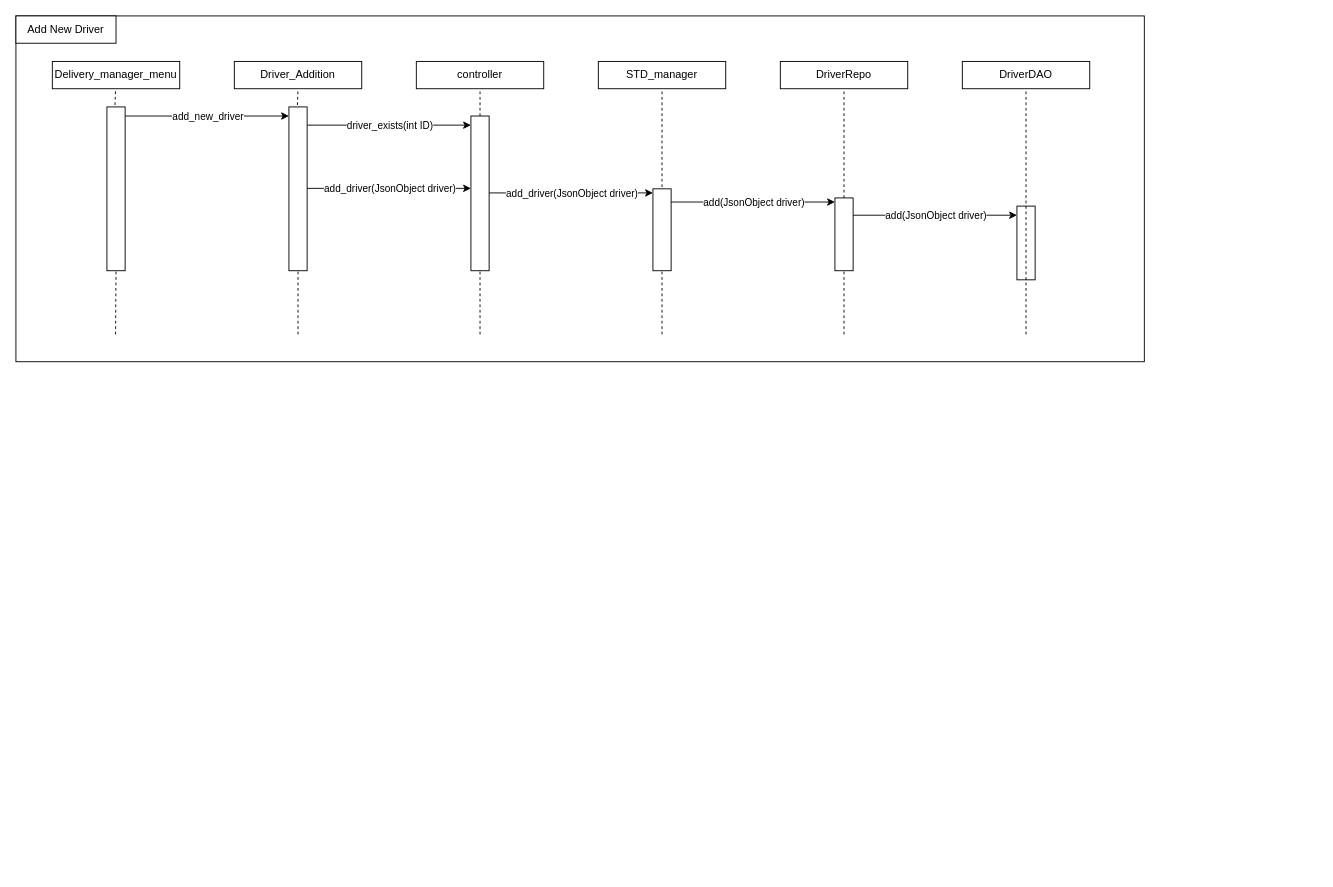
The draw.io diagram docs/use_case_1_Sequence_Diagrams.drawio in NatallieMirelashvili/ADSS_Group_E, before the edit. Source tidied: cells renumbered, new cells numbered last; positions are measured from the earlier drawing's top-left corner, leaving out a move shared by most shapes. Both pictures are drawn from the tidied source at 91%, with x=0, y=0 at pixel (15, 15).
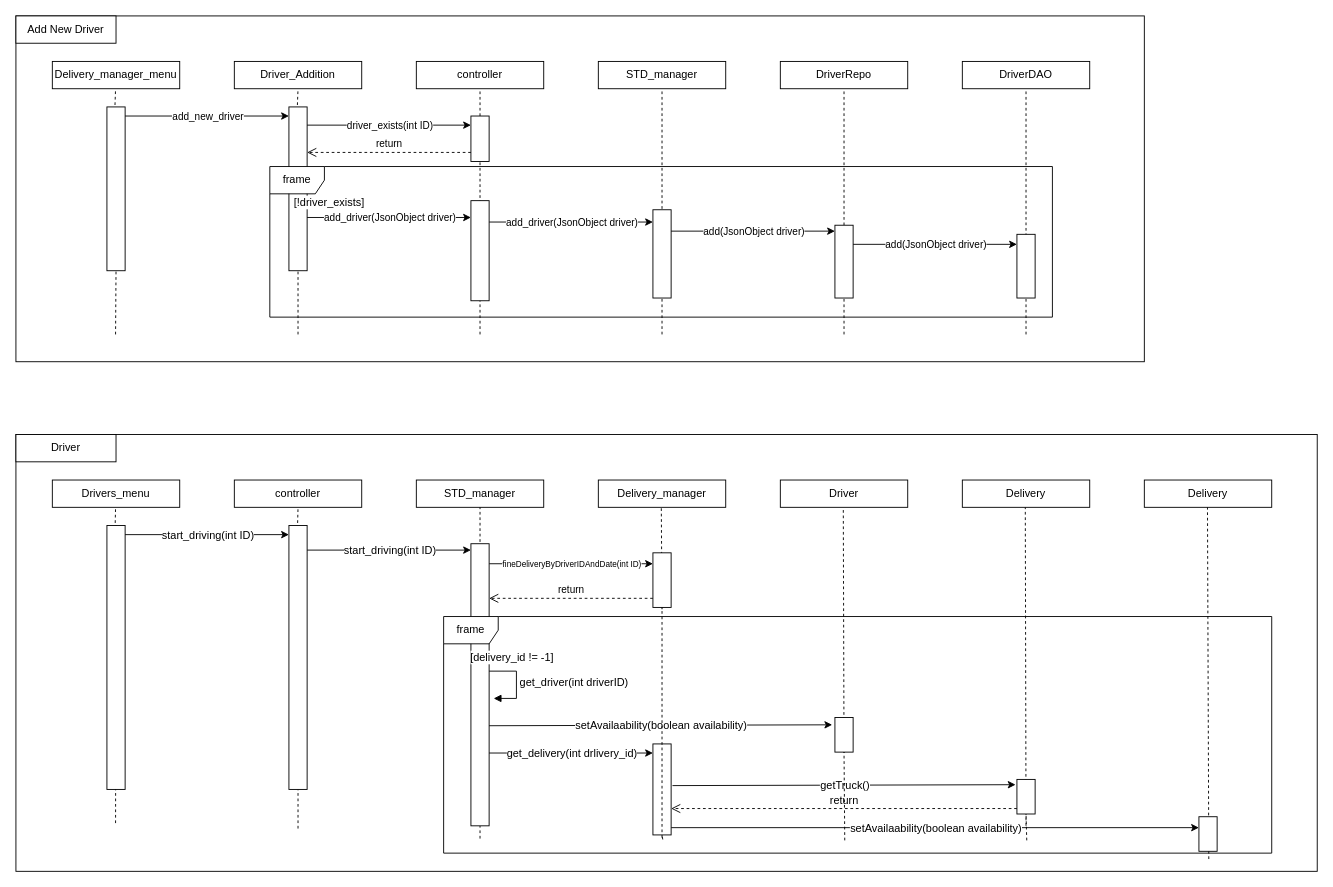
Above is the later version.

The edit, as a diff of the source:
```diff
@@
     <mxCell id="18" style="rounded=0;whiteSpace=wrap;html=1;" parent="1" vertex="1">
-      <mxGeometry x="500" y="110" width="20" height="170" as="geometry" />
+      <mxGeometry x="500" y="110" width="20" height="50" as="geometry" />
     </mxCell>
@@
     <mxCell id="21" style="endArrow=classic;html=1;rounded=0;entryX=0;entryY=0.25;entryDx=0;entryDy=0;exitX=1;exitY=0.25;exitDx=0;exitDy=0;" parent="1" edge="1">
       <mxGeometry relative="1" as="geometry">
-        <mxPoint x="320" y="189.5" as="sourcePoint" />
-        <mxPoint x="500" y="189.5" as="targetPoint" />
+        <mxPoint x="320" y="221.5" as="sourcePoint" />
+        <mxPoint x="500" y="221.5" as="targetPoint" />
       </mxGeometry>
     </mxCell>
@@
     <mxCell id="23" style="rounded=0;whiteSpace=wrap;html=1;" parent="1" vertex="1">
-      <mxGeometry x="700" y="190" width="20" height="90" as="geometry" />
+      <mxGeometry x="700" y="213" width="20" height="97" as="geometry" />
     </mxCell>
     <mxCell id="24" style="endArrow=classic;html=1;rounded=0;entryX=0;entryY=0.25;entryDx=0;entryDy=0;exitX=1;exitY=0.25;exitDx=0;exitDy=0;" parent="1" edge="1">
       <mxGeometry relative="1" as="geometry">
-        <mxPoint x="520" y="194.5" as="sourcePoint" />
-        <mxPoint x="700" y="194.5" as="targetPoint" />
+        <mxPoint x="520" y="226.5" as="sourcePoint" />
+        <mxPoint x="700" y="226.5" as="targetPoint" />
       </mxGeometry>
     </mxCell>
@@
     <mxCell id="28" style="rounded=0;whiteSpace=wrap;html=1;" parent="1" vertex="1">
-      <mxGeometry x="900" y="200" width="20" height="80" as="geometry" />
+      <mxGeometry x="900" y="230" width="20" height="80" as="geometry" />
     </mxCell>
     <mxCell id="29" style="endArrow=classic;html=1;rounded=0;entryX=0;entryY=0.25;entryDx=0;entryDy=0;exitX=1;exitY=0.25;exitDx=0;exitDy=0;" parent="1" edge="1">
       <mxGeometry relative="1" as="geometry">
-        <mxPoint x="720" y="204.5" as="sourcePoint" />
-        <mxPoint x="900" y="204.5" as="targetPoint" />
+        <mxPoint x="720" y="236.5" as="sourcePoint" />
+        <mxPoint x="900" y="236.5" as="targetPoint" />
       </mxGeometry>
     </mxCell>
@@
-    <mxCell id="32" style="rounded=0;whiteSpace=wrap;html=1;" parent="1" vertex="1">
-      <mxGeometry x="1100" y="209" width="20" height="81" as="geometry" />
-    </mxCell>
@@
     <mxCell id="34" style="endArrow=classic;html=1;rounded=0;entryX=0;entryY=0.25;entryDx=0;entryDy=0;exitX=1;exitY=0.25;exitDx=0;exitDy=0;" parent="1" edge="1">
       <mxGeometry relative="1" as="geometry">
-        <mxPoint x="920" y="219" as="sourcePoint" />
-        <mxPoint x="1100" y="219" as="targetPoint" />
+        <mxPoint x="920" y="251" as="sourcePoint" />
+        <mxPoint x="1100" y="251" as="targetPoint" />
       </mxGeometry>
     </mxCell>
@@
+    <mxCell id="36" style="rounded=0;whiteSpace=wrap;html=1;" parent="1" vertex="1">
+      <mxGeometry x="500" y="203" width="20" height="110" as="geometry" />
+    </mxCell>
+    <mxCell id="37" value="return" style="html=1;verticalAlign=bottom;endArrow=open;dashed=1;endSize=8;curved=0;rounded=0;" parent="1" edge="1">
+      <mxGeometry relative="1" as="geometry">
+        <mxPoint x="500" y="150" as="sourcePoint" />
+        <mxPoint x="320" y="150" as="targetPoint" />
+      </mxGeometry>
+    </mxCell>
+    <mxCell id="38" value="frame" style="shape=umlFrame;whiteSpace=wrap;html=1;" parent="1" vertex="1">
+      <mxGeometry x="279" y="165.5" width="860" height="165.5" as="geometry" />
+    </mxCell>
+    <mxCell id="39" value="[!driver_exists]" style="text;html=1;align=center;verticalAlign=middle;strokeColor=none;fillColor=none;labelBackgroundColor=default;" parent="1" vertex="1">
+      <mxGeometry x="294" y="190" width="100" height="30" as="geometry" />
+    </mxCell>
+    <mxCell id="40" style="rounded=0;whiteSpace=wrap;html=1;" parent="1" vertex="1">
+      <mxGeometry x="1100" y="240" width="20" height="70" as="geometry" />
+    </mxCell>
+    <mxCell id="41" style="rounded=0;whiteSpace=wrap;html=1;" parent="1" vertex="1">
+      <mxGeometry y="460" width="1430" height="480" as="geometry" />
+    </mxCell>
+    <mxCell id="42" value="Driver" style="rounded=0;whiteSpace=wrap;html=1;" parent="1" vertex="1">
+      <mxGeometry y="460" width="110" height="30" as="geometry" />
+    </mxCell>
+    <mxCell id="43" value="Drivers_menu" style="rounded=0;whiteSpace=wrap;html=1;" parent="1" vertex="1">
+      <mxGeometry x="40" y="510" width="140" height="30" as="geometry" />
+    </mxCell>
+    <mxCell id="44" value="controller" style="rounded=0;whiteSpace=wrap;html=1;" parent="1" vertex="1">
+      <mxGeometry x="240" y="510" width="140" height="30" as="geometry" />
+    </mxCell>
+    <mxCell id="45" style="endArrow=none;dashed=1;html=1;rounded=0;entryX=0.5;entryY=1;entryDx=0;entryDy=0;exitX=0.141;exitY=0.921;exitDx=0;exitDy=0;exitPerimeter=0;" parent="1" edge="1" source="53" target="44">
+      <mxGeometry relative="1" as="geometry" />
+    </mxCell>
+    <mxCell id="46" value="STD_manager" style="rounded=0;whiteSpace=wrap;html=1;" parent="1" vertex="1">
+      <mxGeometry x="440" y="510" width="140" height="30" as="geometry" />
+    </mxCell>
+    <mxCell id="47" style="endArrow=none;dashed=1;html=1;rounded=0;entryX=0.5;entryY=1;entryDx=0;entryDy=0;" parent="1" edge="1" target="46">
+      <mxGeometry relative="1" as="geometry">
+        <mxPoint x="510" y="740" as="sourcePoint" />
+      </mxGeometry>
+    </mxCell>
+    <mxCell id="48" value="Delivery_manager" style="rounded=0;whiteSpace=wrap;html=1;" parent="1" vertex="1">
+      <mxGeometry x="640" y="510" width="140" height="30" as="geometry" />
+    </mxCell>
+    <mxCell id="49" style="endArrow=none;dashed=1;html=1;rounded=0;entryX=0.5;entryY=1;entryDx=0;entryDy=0;exitX=0.141;exitY=0.921;exitDx=0;exitDy=0;exitPerimeter=0;" parent="1" edge="1" source="51">
+      <mxGeometry relative="1" as="geometry">
+        <mxPoint x="109.5" y="540" as="targetPoint" />
+      </mxGeometry>
+    </mxCell>
+    <mxCell id="50" style="endArrow=none;dashed=1;html=1;rounded=0;exitX=0.141;exitY=0.921;exitDx=0;exitDy=0;exitPerimeter=0;" parent="1" edge="1">
+      <mxGeometry relative="1" as="geometry">
+        <mxPoint x="109.5" y="887" as="sourcePoint" />
+        <mxPoint x="110" y="560" as="targetPoint" />
+      </mxGeometry>
+    </mxCell>
+    <mxCell id="51" style="rounded=0;whiteSpace=wrap;html=1;" parent="1" vertex="1">
+      <mxGeometry x="100" y="560" width="20" height="290" as="geometry" />
+    </mxCell>
+    <mxCell id="52" style="endArrow=none;dashed=1;html=1;rounded=0;exitX=0.141;exitY=0.921;exitDx=0;exitDy=0;exitPerimeter=0;" parent="1" edge="1" target="53">
+      <mxGeometry relative="1" as="geometry">
+        <mxPoint x="310" y="893" as="sourcePoint" />
+      </mxGeometry>
+    </mxCell>
+    <mxCell id="53" style="rounded=0;whiteSpace=wrap;html=1;" parent="1" vertex="1">
+      <mxGeometry x="300" y="560" width="20" height="290" as="geometry" />
+    </mxCell>
+    <mxCell id="54" style="endArrow=classic;html=1;rounded=0;entryX=0;entryY=0.25;entryDx=0;entryDy=0;exitX=1;exitY=0.25;exitDx=0;exitDy=0;" parent="1" edge="1">
+      <mxGeometry relative="1" as="geometry">
+        <mxPoint x="120" y="570" as="sourcePoint" />
+        <mxPoint x="300" y="570" as="targetPoint" />
+      </mxGeometry>
+    </mxCell>
+    <mxCell id="55" value="start_driving(int ID)" style="edgeLabel;html=1;align=center;verticalAlign=middle;fontSize=12;" parent="54" vertex="1">
+      <mxGeometry relative="1" as="geometry" />
+    </mxCell>
+    <mxCell id="56" style="endArrow=classic;html=1;rounded=0;entryX=0;entryY=0.25;entryDx=0;entryDy=0;exitX=1;exitY=0.25;exitDx=0;exitDy=0;fontSize=12;" parent="1" edge="1">
+      <mxGeometry relative="1" as="geometry">
+        <mxPoint x="320" y="587" as="sourcePoint" />
+        <mxPoint x="500" y="587" as="targetPoint" />
+      </mxGeometry>
+    </mxCell>
+    <mxCell id="57" value="start_driving(int ID)" style="edgeLabel;html=1;align=center;verticalAlign=middle;fontSize=12;" parent="56" vertex="1">
+      <mxGeometry relative="1" as="geometry" />
+    </mxCell>
+    <mxCell id="58" value="Driver" style="rounded=0;whiteSpace=wrap;html=1;" parent="1" vertex="1">
+      <mxGeometry x="840" y="510" width="140" height="30" as="geometry" />
+    </mxCell>
+    <mxCell id="59" value="Delivery" style="rounded=0;whiteSpace=wrap;html=1;" parent="1" vertex="1">
+      <mxGeometry x="1040" y="510" width="140" height="30" as="geometry" />
+    </mxCell>
+    <mxCell id="60" style="endArrow=classic;html=1;rounded=0;entryX=0;entryY=0.25;entryDx=0;entryDy=0;exitX=1;exitY=0.25;exitDx=0;exitDy=0;" parent="1" edge="1">
+      <mxGeometry relative="1" as="geometry">
+        <mxPoint x="520" y="602" as="sourcePoint" />
+        <mxPoint x="700" y="602" as="targetPoint" />
+      </mxGeometry>
+    </mxCell>
+    <mxCell id="61" value="fineDeliveryByDriverIDAndDate(int ID)" style="edgeLabel;html=1;align=center;verticalAlign=middle;fontSize=9;" parent="60" vertex="1">
+      <mxGeometry relative="1" as="geometry" />
+    </mxCell>
+    <mxCell id="62" style="endArrow=none;dashed=1;html=1;rounded=0;entryX=0.5;entryY=1;entryDx=0;entryDy=0;" parent="1" edge="1" target="63">
+      <mxGeometry relative="1" as="geometry">
+        <mxPoint x="510" y="904" as="sourcePoint" />
+      </mxGeometry>
+    </mxCell>
+    <mxCell id="63" style="rounded=0;whiteSpace=wrap;html=1;" parent="1" vertex="1">
+      <mxGeometry x="500" y="580" width="20" height="310" as="geometry" />
+    </mxCell>
+    <mxCell id="64" value="return" style="html=1;verticalAlign=bottom;endArrow=open;dashed=1;endSize=8;curved=0;rounded=0;" parent="1" edge="1">
+      <mxGeometry relative="1" as="geometry">
+        <mxPoint x="700" y="640" as="sourcePoint" />
+        <mxPoint x="520" y="640" as="targetPoint" />
+      </mxGeometry>
+    </mxCell>
+    <mxCell id="65" value="frame" style="shape=umlFrame;whiteSpace=wrap;html=1;" parent="1" vertex="1">
+      <mxGeometry x="470" y="660" width="910" height="260" as="geometry" />
+    </mxCell>
+    <mxCell id="66" value="[delivery_id != -1]" style="text;html=1;align=center;verticalAlign=middle;strokeColor=none;fillColor=none;labelBackgroundColor=default;" parent="1" vertex="1">
+      <mxGeometry x="485" y="690" width="120" height="30" as="geometry" />
+    </mxCell>
+    <mxCell id="67" value="get_driver(int driverID)" style="html=1;align=left;spacingLeft=2;endArrow=block;rounded=0;edgeStyle=orthogonalEdgeStyle;curved=0;rounded=0;fontSize=12;" parent="1" edge="1">
+      <mxGeometry relative="1" as="geometry">
+        <mxPoint x="520" y="720" as="sourcePoint" />
+        <mxPoint x="525" y="750" as="targetPoint" />
+        <Array as="points">
+          <mxPoint x="550" y="750" />
+        </Array>
+      </mxGeometry>
+    </mxCell>
+    <mxCell id="68" style="endArrow=classic;html=1;rounded=0;exitX=1;exitY=0.25;exitDx=0;exitDy=0;entryX=-0.15;entryY=0.129;entryDx=0;entryDy=0;entryPerimeter=0;" parent="1" edge="1">
+      <mxGeometry relative="1" as="geometry">
+        <mxPoint x="520" y="780" as="sourcePoint" />
+        <mxPoint x="897" y="779" as="targetPoint" />
+      </mxGeometry>
+    </mxCell>
+    <mxCell id="69" value="setAvailaability(boolean availability)" style="edgeLabel;html=1;align=center;verticalAlign=middle;fontSize=12;" parent="68" vertex="1">
+      <mxGeometry relative="1" as="geometry" />
+    </mxCell>
+    <mxCell id="70" style="endArrow=classic;html=1;rounded=0;entryX=0;entryY=0.25;entryDx=0;entryDy=0;exitX=1;exitY=0.25;exitDx=0;exitDy=0;" parent="1" edge="1">
+      <mxGeometry relative="1" as="geometry">
+        <mxPoint x="520" y="810" as="sourcePoint" />
+        <mxPoint x="700" y="810" as="targetPoint" />
+      </mxGeometry>
+    </mxCell>
+    <mxCell id="71" value="get_delivery(int drlivery_id)" style="edgeLabel;html=1;align=center;verticalAlign=middle;fontSize=12;" parent="70" vertex="1">
+      <mxGeometry relative="1" as="geometry" />
+    </mxCell>
+    <mxCell id="72" style="endArrow=classic;html=1;rounded=0;exitX=1;exitY=0.25;exitDx=0;exitDy=0;entryX=-0.15;entryY=0.129;entryDx=0;entryDy=0;entryPerimeter=0;" parent="1" edge="1">
+      <mxGeometry relative="1" as="geometry">
+        <mxPoint x="721.5" y="845.8" as="sourcePoint" />
+        <mxPoint x="1098.5" y="844.8" as="targetPoint" />
+      </mxGeometry>
+    </mxCell>
+    <mxCell id="73" value="getTruck()" style="edgeLabel;html=1;align=center;verticalAlign=middle;fontSize=12;" parent="72" vertex="1">
+      <mxGeometry relative="1" as="geometry" />
+    </mxCell>
+    <mxCell id="74" value="return" style="html=1;verticalAlign=bottom;endArrow=open;dashed=1;endSize=8;curved=0;rounded=0;fontSize=12;" parent="1" edge="1">
+      <mxGeometry relative="1" as="geometry">
+        <mxPoint x="1100" y="871" as="sourcePoint" />
+        <mxPoint x="720" y="871" as="targetPoint" />
+      </mxGeometry>
+    </mxCell>
+    <mxCell id="75" value="Delivery" style="rounded=0;whiteSpace=wrap;html=1;" parent="1" vertex="1">
+      <mxGeometry x="1240" y="510" width="140" height="30" as="geometry" />
+    </mxCell>
+    <mxCell id="76" style="endArrow=none;dashed=1;html=1;rounded=0;entryX=0.5;entryY=1;entryDx=0;entryDy=0;exitX=0.924;exitY=1.025;exitDx=0;exitDy=0;exitPerimeter=0;" parent="1" edge="1" source="65">
+      <mxGeometry relative="1" as="geometry">
+        <mxPoint x="1309.4" y="540" as="targetPoint" />
+      </mxGeometry>
+    </mxCell>
+    <mxCell id="77" style="rounded=0;whiteSpace=wrap;html=1;" parent="1" vertex="1">
+      <mxGeometry x="1300" y="880" width="20" height="38" as="geometry" />
+    </mxCell>
+    <mxCell id="78" style="endArrow=classic;html=1;rounded=0;entryX=0;entryY=0.25;entryDx=0;entryDy=0;" parent="1" edge="1">
+      <mxGeometry relative="1" as="geometry">
+        <mxPoint x="720" y="892" as="sourcePoint" />
+        <mxPoint x="1300" y="892" as="targetPoint" />
+      </mxGeometry>
+    </mxCell>
+    <mxCell id="79" value="&lt;font style=&quot;font-size: 12px; background-color: rgb(255, 255, 255);&quot;&gt;setAvailaability(boolean availability)&lt;/font&gt;" style="edgeLabel;html=1;align=center;verticalAlign=middle;fontSize=12;" parent="78" vertex="1">
+      <mxGeometry relative="1" as="geometry" />
+    </mxCell>
+    <mxCell id="80" style="endArrow=none;dashed=1;html=1;rounded=0;entryX=0.5;entryY=1;entryDx=0;entryDy=0;" parent="1" edge="1">
+      <mxGeometry relative="1" as="geometry">
+        <mxPoint x="910" y="810" as="sourcePoint" />
+        <mxPoint x="909.2" y="540" as="targetPoint" />
+      </mxGeometry>
+    </mxCell>
+    <mxCell id="81" style="endArrow=none;dashed=1;html=1;rounded=0;entryX=0.5;entryY=1;entryDx=0;entryDy=0;" parent="1" edge="1">
+      <mxGeometry relative="1" as="geometry">
+        <mxPoint x="710" y="652" as="sourcePoint" />
+        <mxPoint x="709.2" y="539" as="targetPoint" />
+      </mxGeometry>
+    </mxCell>
+    <mxCell id="82" style="endArrow=none;dashed=1;html=1;rounded=0;entryX=0.5;entryY=1;entryDx=0;entryDy=0;" parent="1" edge="1">
+      <mxGeometry relative="1" as="geometry">
+        <mxPoint x="1110" y="890" as="sourcePoint" />
+        <mxPoint x="1109.2" y="540" as="targetPoint" />
+      </mxGeometry>
+    </mxCell>
+    <mxCell id="83" style="endArrow=none;dashed=1;html=1;rounded=0;entryX=0.5;entryY=1;entryDx=0;entryDy=0;exitX=0.924;exitY=1.025;exitDx=0;exitDy=0;exitPerimeter=0;" parent="1" edge="1" target="84">
+      <mxGeometry relative="1" as="geometry">
+        <mxPoint x="710.8" y="905" as="sourcePoint" />
+      </mxGeometry>
+    </mxCell>
+    <mxCell id="84" style="rounded=0;whiteSpace=wrap;html=1;" parent="1" vertex="1">
+      <mxGeometry x="700" y="800" width="20" height="100" as="geometry" />
+    </mxCell>
+    <mxCell id="85" style="endArrow=none;dashed=1;html=1;rounded=0;entryX=0.5;entryY=1;entryDx=0;entryDy=0;exitX=0.924;exitY=1.025;exitDx=0;exitDy=0;exitPerimeter=0;" parent="1" edge="1" target="86">
+      <mxGeometry relative="1" as="geometry">
+        <mxPoint x="910.8" y="906" as="sourcePoint" />
+      </mxGeometry>
+    </mxCell>
+    <mxCell id="86" style="rounded=0;whiteSpace=wrap;html=1;" parent="1" vertex="1">
+      <mxGeometry x="900" y="771" width="20" height="38" as="geometry" />
+    </mxCell>
+    <mxCell id="87" style="endArrow=none;dashed=1;html=1;rounded=0;entryX=0.5;entryY=1;entryDx=0;entryDy=0;exitX=0.924;exitY=1.025;exitDx=0;exitDy=0;exitPerimeter=0;" parent="1" edge="1" target="88">
+      <mxGeometry relative="1" as="geometry">
+        <mxPoint x="1110.8" y="906" as="sourcePoint" />
+      </mxGeometry>
+    </mxCell>
+    <mxCell id="88" style="rounded=0;whiteSpace=wrap;html=1;" parent="1" vertex="1">
+      <mxGeometry x="1100" y="839" width="20" height="38" as="geometry" />
+    </mxCell>
+    <mxCell id="89" style="endArrow=none;dashed=1;html=1;rounded=0;entryX=0.5;entryY=1;entryDx=0;entryDy=0;" parent="1" edge="1" target="90">
+      <mxGeometry relative="1" as="geometry">
+        <mxPoint x="710" y="903" as="sourcePoint" />
+      </mxGeometry>
+    </mxCell>
+    <mxCell id="90" style="rounded=0;whiteSpace=wrap;html=1;" parent="1" vertex="1">
+      <mxGeometry x="700" y="590" width="20" height="60" as="geometry" />
+    </mxCell>
```
